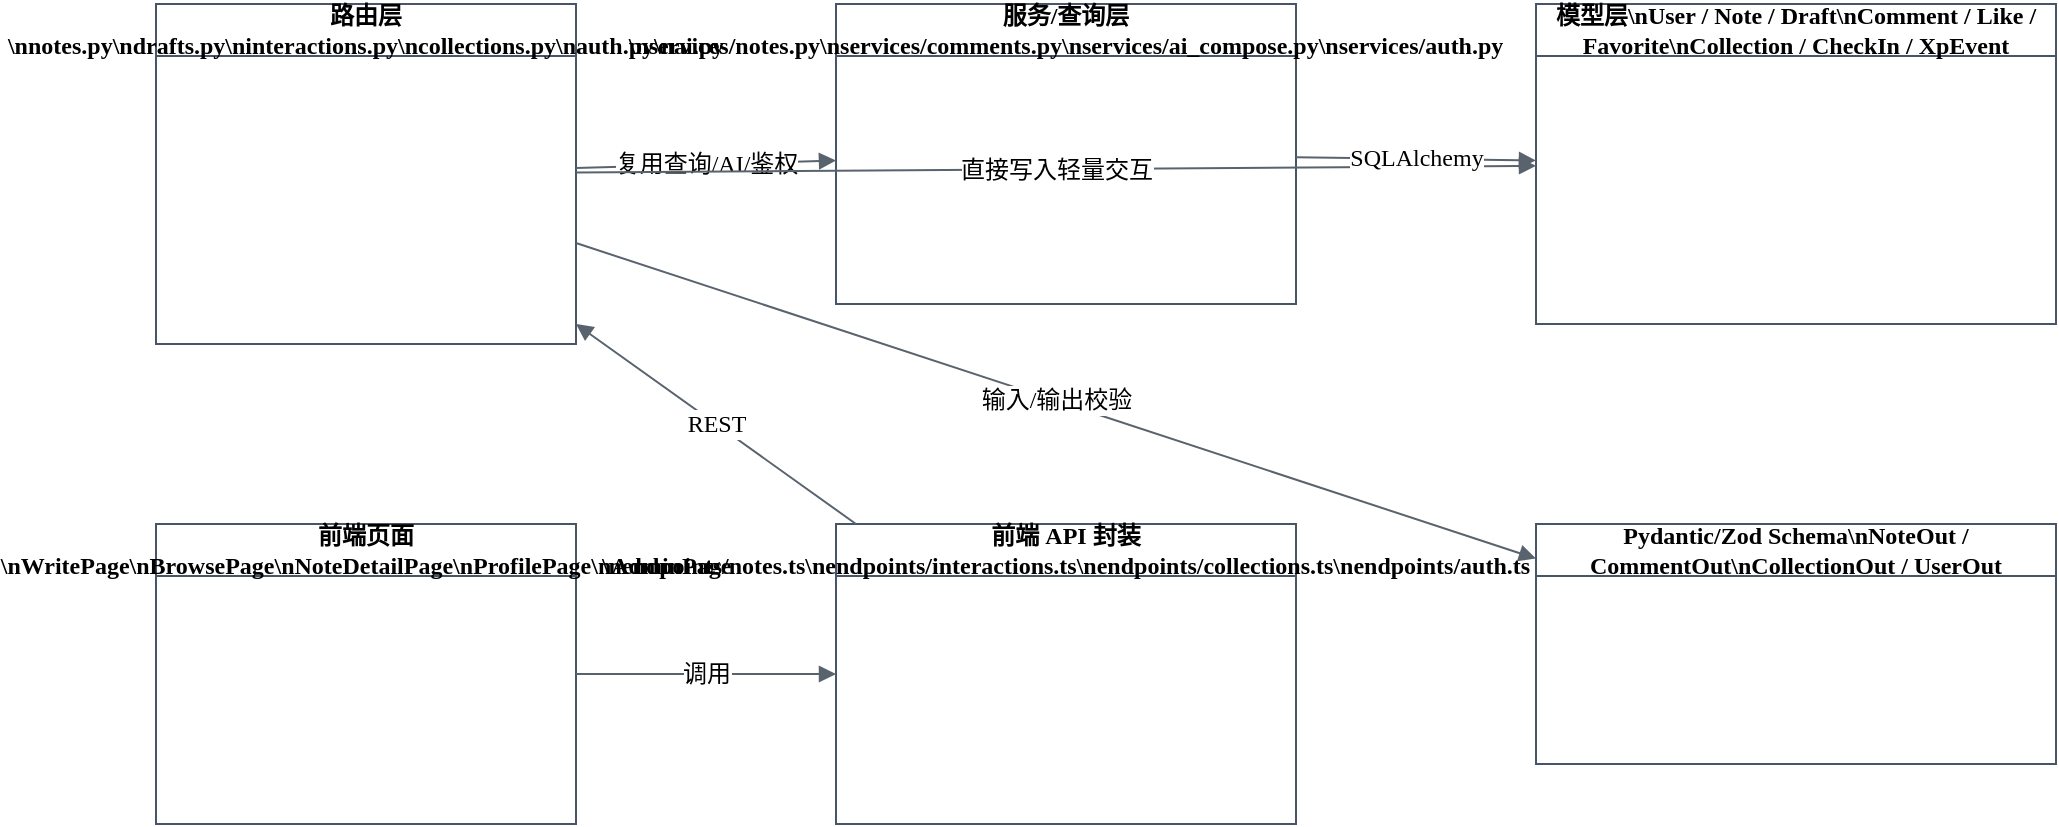
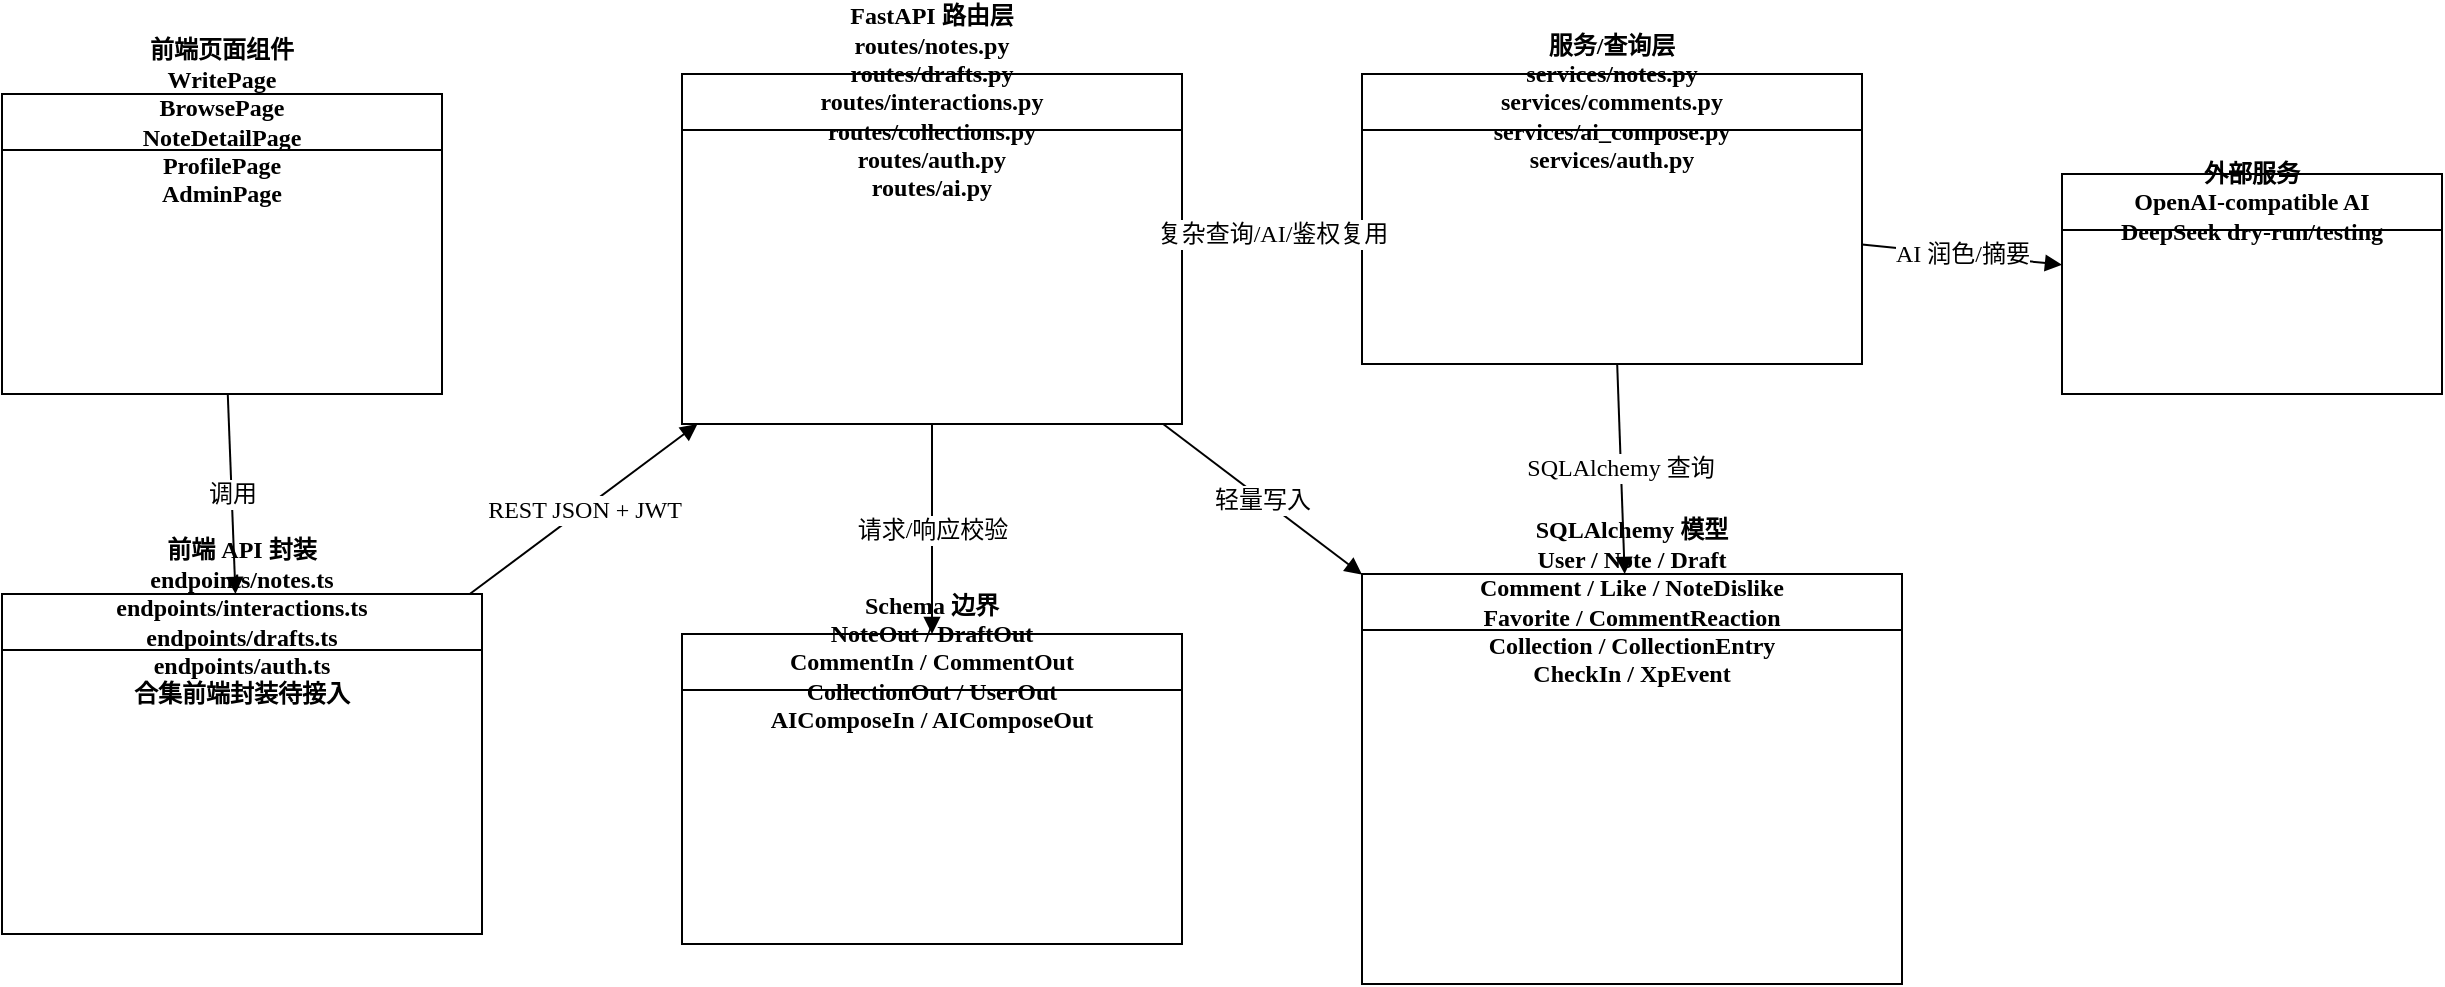
- <mxfile host="app.diagrams.net" modified="2026-07-06T00:00:00.000Z" agent="Codex" version="24.7.17">
-   <diagram id="ch6-fig1-class-diagram-note-community.drawio" name="程序结构类图">
-     <mxGraphModel dx="1200" dy="820" grid="1" gridSize="10" guides="1" tooltips="1" connect="1" arrows="1" fold="1" page="1" pageScale="1" pageWidth="1200" pageHeight="820" math="0" shadow="0">
+ <mxfile host="app.diagrams.net" modified="2026-07-07T00:00:00.000Z" agent="Codex" version="24.7.17">
+   <diagram id="ch6-fig1-class-diagram-note-community.drawio" name="程序结构 UML 类图">
+     <mxGraphModel dx="1280" dy="860" grid="1" gridSize="10" guides="1" tooltips="1" connect="1" arrows="1" fold="1" page="1" pageScale="1" pageWidth="1320" pageHeight="610" math="0" shadow="0">
      <root>
        <mxCell id="0"/>
        <mxCell id="1" parent="0"/>
-         <mxCell id="Routes" value="路由层\nnotes.py\ndrafts.py\ninteractions.py\ncollections.py\nauth.py\nai.py" style="swimlane;whiteSpace=wrap;html=1;fontFamily=Microsoft YaHei;fontSize=12;fillColor=#ffffff;strokeColor=#475569;startSize=26;" vertex="1" parent="1"><mxGeometry x="70" y="70" width="210" height="170" as="geometry"/></mxCell><mxCell id="Services" value="服务/查询层\nservices/notes.py\nservices/comments.py\nservices/ai_compose.py\nservices/auth.py" style="swimlane;whiteSpace=wrap;html=1;fontFamily=Microsoft YaHei;fontSize=12;fillColor=#ffffff;strokeColor=#475569;startSize=26;" vertex="1" parent="1"><mxGeometry x="410" y="70" width="230" height="150" as="geometry"/></mxCell><mxCell id="Models" value="模型层\nUser / Note / Draft\nComment / Like / Favorite\nCollection / CheckIn / XpEvent" style="swimlane;whiteSpace=wrap;html=1;fontFamily=Microsoft YaHei;fontSize=12;fillColor=#ffffff;strokeColor=#475569;startSize=26;" vertex="1" parent="1"><mxGeometry x="760" y="70" width="260" height="160" as="geometry"/></mxCell><mxCell id="Frontend" value="前端页面\nWritePage\nBrowsePage\nNoteDetailPage\nProfilePage\nAdminPage" style="swimlane;whiteSpace=wrap;html=1;fontFamily=Microsoft YaHei;fontSize=12;fillColor=#ffffff;strokeColor=#475569;startSize=26;" vertex="1" parent="1"><mxGeometry x="70" y="330" width="210" height="150" as="geometry"/></mxCell><mxCell id="Api" value="前端 API 封装\nendpoints/notes.ts\nendpoints/interactions.ts\nendpoints/collections.ts\nendpoints/auth.ts" style="swimlane;whiteSpace=wrap;html=1;fontFamily=Microsoft YaHei;fontSize=12;fillColor=#ffffff;strokeColor=#475569;startSize=26;" vertex="1" parent="1"><mxGeometry x="410" y="330" width="230" height="150" as="geometry"/></mxCell><mxCell id="Schema" value="Pydantic/Zod Schema\nNoteOut / CommentOut\nCollectionOut / UserOut" style="swimlane;whiteSpace=wrap;html=1;fontFamily=Microsoft YaHei;fontSize=12;fillColor=#ffffff;strokeColor=#475569;startSize=26;" vertex="1" parent="1"><mxGeometry x="760" y="330" width="260" height="120" as="geometry"/></mxCell><mxCell id="p1" value="调用" style="endArrow=block;html=1;rounded=0;strokeColor=#59636e;fontSize=12;fontFamily=Microsoft YaHei;" edge="1" parent="1" source="Frontend" target="Api"><mxGeometry relative="1" as="geometry"/></mxCell><mxCell id="p2" value="REST" style="endArrow=block;html=1;rounded=0;strokeColor=#59636e;fontSize=12;fontFamily=Microsoft YaHei;" edge="1" parent="1" source="Api" target="Routes"><mxGeometry relative="1" as="geometry"/></mxCell><mxCell id="p3" value="复用查询/AI/鉴权" style="endArrow=block;html=1;rounded=0;strokeColor=#59636e;fontSize=12;fontFamily=Microsoft YaHei;" edge="1" parent="1" source="Routes" target="Services"><mxGeometry relative="1" as="geometry"/></mxCell><mxCell id="p4" value="直接写入轻量交互" style="endArrow=block;html=1;rounded=0;strokeColor=#59636e;fontSize=12;fontFamily=Microsoft YaHei;" edge="1" parent="1" source="Routes" target="Models"><mxGeometry relative="1" as="geometry"/></mxCell><mxCell id="p5" value="SQLAlchemy" style="endArrow=block;html=1;rounded=0;strokeColor=#59636e;fontSize=12;fontFamily=Microsoft YaHei;" edge="1" parent="1" source="Services" target="Models"><mxGeometry relative="1" as="geometry"/></mxCell><mxCell id="p6" value="输入/输出校验" style="endArrow=block;html=1;rounded=0;strokeColor=#59636e;fontSize=12;fontFamily=Microsoft YaHei;" edge="1" parent="1" source="Routes" target="Schema"><mxGeometry relative="1" as="geometry"/></mxCell>
+         <mxCell id="Frontend" value="前端页面组件&#xa;WritePage&#xa;BrowsePage&#xa;NoteDetailPage&#xa;ProfilePage&#xa;AdminPage" style="swimlane;whiteSpace=wrap;html=1;fillColor=#ffffff;strokeColor=#000000;startSize=28;fontFamily=SimSun;fontSize=12;" vertex="1" parent="1"><mxGeometry x="50" y="90" width="220" height="150" as="geometry"/></mxCell><mxCell id="Api" value="前端 API 封装&#xa;endpoints/notes.ts&#xa;endpoints/interactions.ts&#xa;endpoints/drafts.ts&#xa;endpoints/auth.ts&#xa;合集前端封装待接入" style="swimlane;whiteSpace=wrap;html=1;fillColor=#ffffff;strokeColor=#000000;startSize=28;fontFamily=SimSun;fontSize=12;" vertex="1" parent="1"><mxGeometry x="50" y="340" width="240" height="170" as="geometry"/></mxCell><mxCell id="Routes" value="FastAPI 路由层&#xa;routes/notes.py&#xa;routes/drafts.py&#xa;routes/interactions.py&#xa;routes/collections.py&#xa;routes/auth.py&#xa;routes/ai.py" style="swimlane;whiteSpace=wrap;html=1;fillColor=#ffffff;strokeColor=#000000;startSize=28;fontFamily=SimSun;fontSize=12;" vertex="1" parent="1"><mxGeometry x="390" y="80" width="250" height="175" as="geometry"/></mxCell><mxCell id="Services" value="服务/查询层&#xa;services/notes.py&#xa;services/comments.py&#xa;services/ai_compose.py&#xa;services/auth.py" style="swimlane;whiteSpace=wrap;html=1;fillColor=#ffffff;strokeColor=#000000;startSize=28;fontFamily=SimSun;fontSize=12;" vertex="1" parent="1"><mxGeometry x="730" y="80" width="250" height="145" as="geometry"/></mxCell><mxCell id="Schemas" value="Schema 边界&#xa;NoteOut / DraftOut&#xa;CommentIn / CommentOut&#xa;CollectionOut / UserOut&#xa;AIComposeIn / AIComposeOut" style="swimlane;whiteSpace=wrap;html=1;fillColor=#ffffff;strokeColor=#000000;startSize=28;fontFamily=SimSun;fontSize=12;" vertex="1" parent="1"><mxGeometry x="390" y="360" width="250" height="155" as="geometry"/></mxCell><mxCell id="Models" value="SQLAlchemy 模型&#xa;User / Note / Draft&#xa;Comment / Like / NoteDislike&#xa;Favorite / CommentReaction&#xa;Collection / CollectionEntry&#xa;CheckIn / XpEvent" style="swimlane;whiteSpace=wrap;html=1;fillColor=#ffffff;strokeColor=#000000;startSize=28;fontFamily=SimSun;fontSize=12;" vertex="1" parent="1"><mxGeometry x="730" y="330" width="270" height="205" as="geometry"/></mxCell><mxCell id="External" value="外部服务&#xa;OpenAI-compatible AI&#xa;DeepSeek dry-run/testing" style="swimlane;whiteSpace=wrap;html=1;fillColor=#ffffff;strokeColor=#000000;startSize=28;fontFamily=SimSun;fontSize=12;" vertex="1" parent="1"><mxGeometry x="1080" y="130" width="190" height="110" as="geometry"/></mxCell><mxCell id="p1" value="调用" style="endArrow=block;html=1;rounded=0;strokeColor=#000000;fontFamily=SimSun;fontSize=12;" edge="1" parent="1" source="Frontend" target="Api"><mxGeometry relative="1" as="geometry"/></mxCell><mxCell id="p2" value="REST JSON + JWT" style="endArrow=block;html=1;rounded=0;strokeColor=#000000;fontFamily=SimSun;fontSize=12;" edge="1" parent="1" source="Api" target="Routes"><mxGeometry relative="1" as="geometry"/></mxCell><mxCell id="p3" value="请求/响应校验" style="endArrow=block;html=1;rounded=0;strokeColor=#000000;fontFamily=SimSun;fontSize=12;" edge="1" parent="1" source="Routes" target="Schemas"><mxGeometry relative="1" as="geometry"/></mxCell><mxCell id="p4" value="复杂查询/AI/鉴权复用" style="endArrow=block;html=1;rounded=0;strokeColor=#000000;fontFamily=SimSun;fontSize=12;" edge="1" parent="1" source="Routes" target="Services"><mxGeometry relative="1" as="geometry"/></mxCell><mxCell id="p5" value="轻量写入" style="endArrow=block;html=1;rounded=0;strokeColor=#000000;fontFamily=SimSun;fontSize=12;" edge="1" parent="1" source="Routes" target="Models"><mxGeometry relative="1" as="geometry"/></mxCell><mxCell id="p6" value="SQLAlchemy 查询" style="endArrow=block;html=1;rounded=0;strokeColor=#000000;fontFamily=SimSun;fontSize=12;" edge="1" parent="1" source="Services" target="Models"><mxGeometry relative="1" as="geometry"/></mxCell><mxCell id="p7" value="AI 润色/摘要" style="endArrow=block;html=1;rounded=0;strokeColor=#000000;fontFamily=SimSun;fontSize=12;" edge="1" parent="1" source="Services" target="External"><mxGeometry relative="1" as="geometry"/></mxCell>
      </root>
    </mxGraphModel>
  </diagram>
</mxfile>
